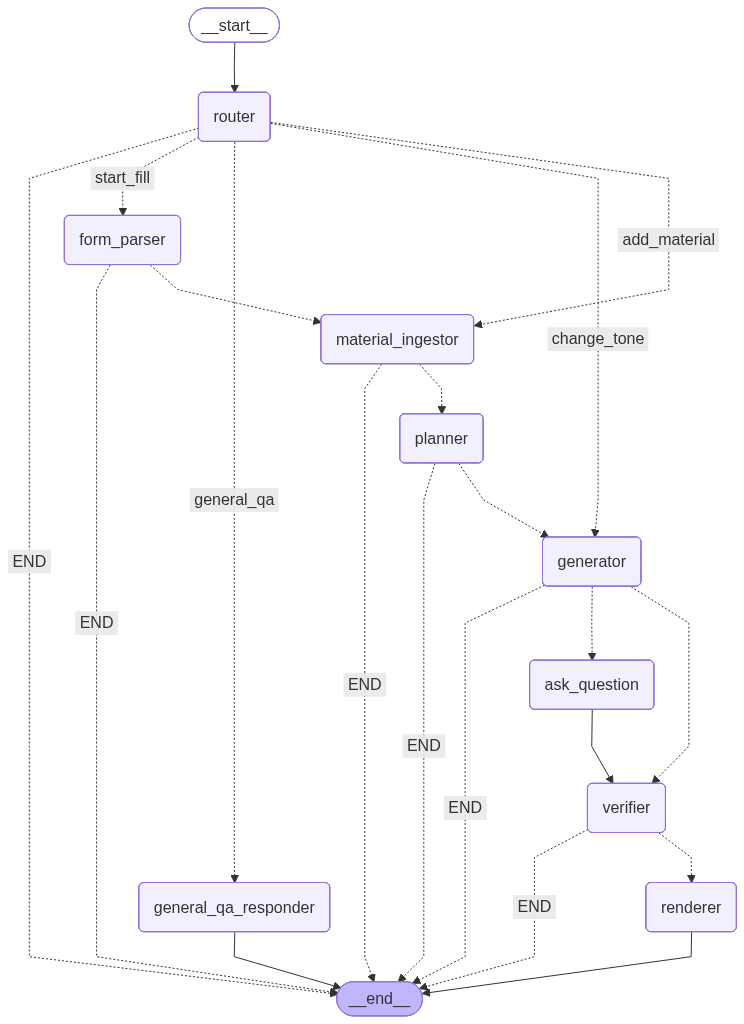
This is docs/graph.png from soma17th-ai59/Yoo, a Mermaid export, as it was before one commit. Its source is kept beside it as docs/graph.mmd. Its diagram source:
```mermaid
---
config:
  flowchart:
    curve: linear
---
graph TD;
	__start__([<p>__start__</p>]):::first
	router(router)
	form_parser(form_parser)
	material_ingestor(material_ingestor)
	planner(planner)
	generator(generator)
	ask_question(ask_question)
	verifier(verifier)
	renderer(renderer)
	general_qa_responder(general_qa_responder)
	__end__([<p>__end__</p>]):::last
	__start__ --> router;
	ask_question --> verifier;
	form_parser -. &nbsp;END&nbsp; .-> __end__;
	form_parser -.-> material_ingestor;
	generator -. &nbsp;END&nbsp; .-> __end__;
	generator -.-> ask_question;
	generator -.-> verifier;
	material_ingestor -. &nbsp;END&nbsp; .-> __end__;
	material_ingestor -.-> planner;
	planner -. &nbsp;END&nbsp; .-> __end__;
	planner -.-> generator;
	router -. &nbsp;END&nbsp; .-> __end__;
	router -. &nbsp;start_fill&nbsp; .-> form_parser;
	router -. &nbsp;general_qa&nbsp; .-> general_qa_responder;
	router -. &nbsp;change_tone&nbsp; .-> generator;
	router -. &nbsp;add_material&nbsp; .-> material_ingestor;
	verifier -. &nbsp;END&nbsp; .-> __end__;
	verifier -.-> renderer;
	general_qa_responder --> __end__;
	renderer --> __end__;
	classDef default fill:#f2f0ff,line-height:1.2
	classDef first fill-opacity:0
	classDef last fill:#bfb6fc
```
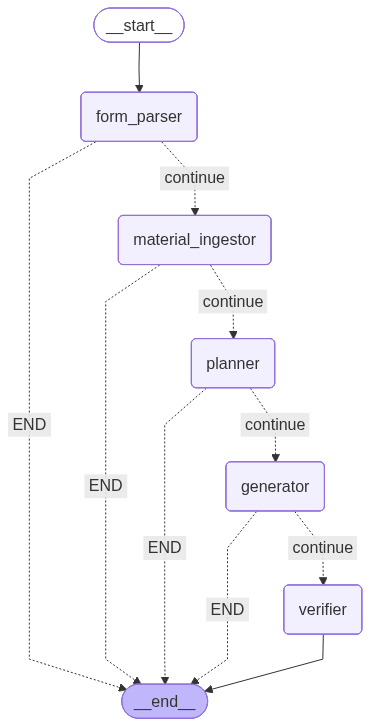
Above is the later version.

The edit, as a diff of the source:
```diff
@@ -5,36 +5,22 @@
 ---
 graph TD;
 	__start__([<p>__start__</p>]):::first
-	router(router)
 	form_parser(form_parser)
 	material_ingestor(material_ingestor)
 	planner(planner)
 	generator(generator)
-	ask_question(ask_question)
 	verifier(verifier)
-	renderer(renderer)
-	general_qa_responder(general_qa_responder)
 	__end__([<p>__end__</p>]):::last
-	__start__ --> router;
-	ask_question --> verifier;
+	__start__ --> form_parser;
 	form_parser -. &nbsp;END&nbsp; .-> __end__;
-	form_parser -.-> material_ingestor;
+	form_parser -. &nbsp;continue&nbsp; .-> material_ingestor;
 	generator -. &nbsp;END&nbsp; .-> __end__;
-	generator -.-> ask_question;
-	generator -.-> verifier;
+	generator -. &nbsp;continue&nbsp; .-> verifier;
 	material_ingestor -. &nbsp;END&nbsp; .-> __end__;
-	material_ingestor -.-> planner;
+	material_ingestor -. &nbsp;continue&nbsp; .-> planner;
 	planner -. &nbsp;END&nbsp; .-> __end__;
-	planner -.-> generator;
-	router -. &nbsp;END&nbsp; .-> __end__;
-	router -. &nbsp;start_fill&nbsp; .-> form_parser;
-	router -. &nbsp;general_qa&nbsp; .-> general_qa_responder;
-	router -. &nbsp;change_tone&nbsp; .-> generator;
-	router -. &nbsp;add_material&nbsp; .-> material_ingestor;
-	verifier -. &nbsp;END&nbsp; .-> __end__;
-	verifier -.-> renderer;
-	general_qa_responder --> __end__;
-	renderer --> __end__;
+	planner -. &nbsp;continue&nbsp; .-> generator;
+	verifier --> __end__;
 	classDef default fill:#f2f0ff,line-height:1.2
 	classDef first fill-opacity:0
 	classDef last fill:#bfb6fc
```
